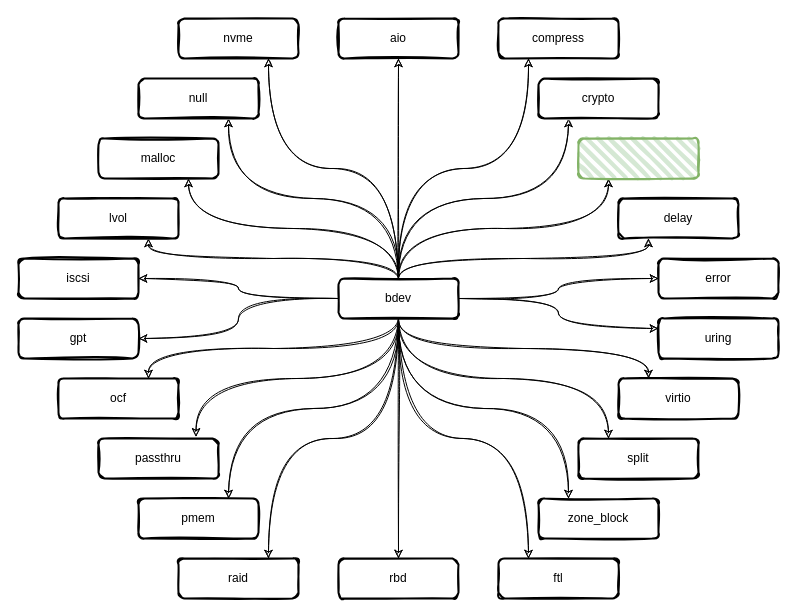
Above: page "spdk_bdev_modules" (2 of 2) of spdk/spdk_bdev.drawio in EarthWind/deeparch (draw.io), before the change. Source tidied: cells renumbered, new cells numbered last; positions are measured from the earlier drawing's top-left corner, leaving out a move shared by most shapes. Both pictures are drawn from the tidied source at 100%, with x=0, y=0 at pixel (18, 18).
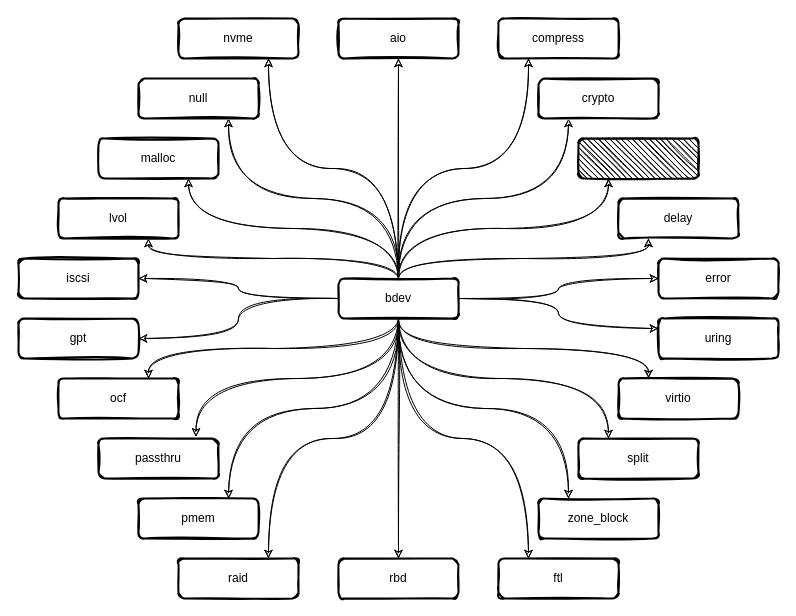
After the change.

Diff of the diagram source:
```diff
@@
-    <mxCell id="46" style="rounded=1;whiteSpace=wrap;html=1;strokeWidth=2;fillWeight=4;hachureGap=8;hachureAngle=45;sketch=1;shadow=0;fontSize=12;fillColor=#d5e8d4;strokeColor=#82b366;" parent="1" vertex="1">
+    <mxCell id="46" style="rounded=1;whiteSpace=wrap;html=1;strokeWidth=2;fillWeight=1;hachureGap=4;hachureAngle=45;sketch=1;shadow=0;fontSize=12;fillColor=#000000;" parent="1" vertex="1">
       <mxGeometry x="560" y="120" width="120" height="40" as="geometry" />
     </mxCell>
```
